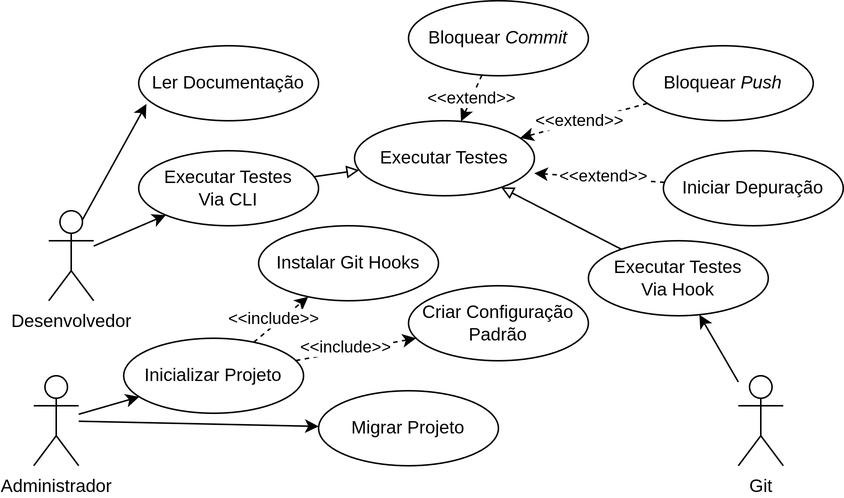
Earlier version of the draw.io export Artefatos/diagramas/casos_de_uso.png (h3nc4/tmp). Source tidied: cells renumbered, new cells last; positions are measured from the earlier drawing's top-left corner, leaving out a move shared by most shapes.
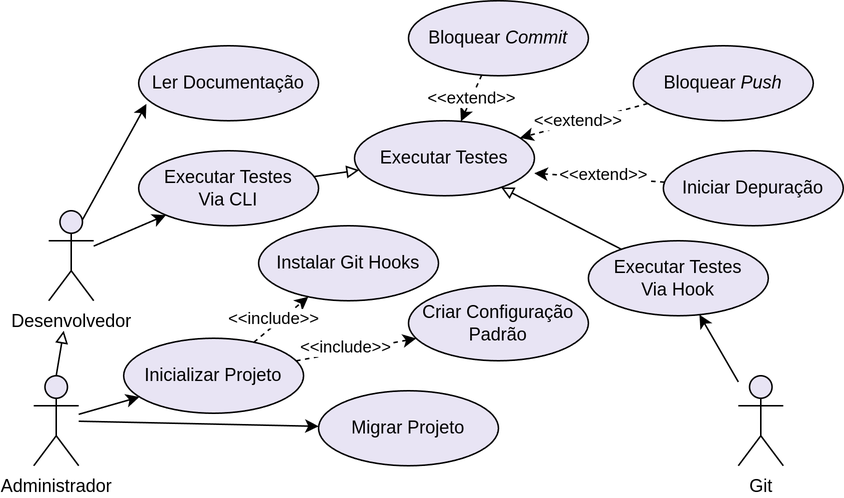
Later version of the same file.

What changed in the source:
```diff
@@ -5,22 +5,22 @@
     <mxCell id="2" style="rounded=0;jettySize=auto;html=1;" parent="1" edge="1" source="3" target="13">
       <mxGeometry relative="1" as="geometry" />
     </mxCell>
-    <mxCell id="3" value="Desenvolvedor" style="shape=umlActor;verticalLabelPosition=bottom;verticalAlign=top;html=1;outlineConnect=0;fillColor=light-dark(#FFFFFF,#E8E4F4);" parent="1" vertex="1">
+    <mxCell id="3" value="Desenvolvedor" style="shape=umlActor;verticalLabelPosition=bottom;verticalAlign=top;html=1;outlineConnect=0;fillColor=#E8E4F4;" parent="1" vertex="1">
       <mxGeometry x="10" y="140" width="30" height="60" as="geometry" />
     </mxCell>
     <mxCell id="4" style="rounded=0;jettySize=auto;html=1;" parent="1" edge="1" source="5" target="20">
       <mxGeometry relative="1" as="geometry" />
     </mxCell>
-    <mxCell id="5" value="Administrador" style="shape=umlActor;verticalLabelPosition=bottom;verticalAlign=top;html=1;outlineConnect=0;fillColor=light-dark(#FFFFFF,#E8E4F4);" parent="1" vertex="1">
+    <mxCell id="5" value="Administrador" style="shape=umlActor;verticalLabelPosition=bottom;verticalAlign=top;html=1;outlineConnect=0;fillColor=#E8E4F4;" parent="1" vertex="1">
       <mxGeometry y="250" width="30" height="60" as="geometry" />
     </mxCell>
     <mxCell id="6" style="rounded=0;jettySize=auto;html=1;" parent="1" edge="1" source="7" target="25">
       <mxGeometry relative="1" as="geometry" />
     </mxCell>
-    <mxCell id="7" value="Git" style="shape=umlActor;verticalLabelPosition=bottom;verticalAlign=top;html=1;outlineConnect=0;fillColor=light-dark(#FFFFFF,#E8E4F4);" parent="1" vertex="1">
+    <mxCell id="7" value="Git" style="shape=umlActor;verticalLabelPosition=bottom;verticalAlign=top;html=1;outlineConnect=0;fillColor=#E8E4F4;" parent="1" vertex="1">
       <mxGeometry x="470" y="250" width="30" height="60" as="geometry" />
     </mxCell>
-    <mxCell id="8" value="&lt;font style=&quot;color: light-dark(rgb(0, 0, 0), rgb(0, 0, 0));&quot;&gt;Ler Documentação&lt;/font&gt;" style="ellipse;whiteSpace=wrap;html=1;fillColor=light-dark(#FFFFFF,#E8E4F4);" parent="1" vertex="1">
+    <mxCell id="8" value="&lt;font style=&quot;color: light-dark(rgb(0, 0, 0), rgb(0, 0, 0));&quot;&gt;Ler Documentação&lt;/font&gt;" style="ellipse;whiteSpace=wrap;html=1;fillColor=#E8E4F4;" parent="1" vertex="1">
       <mxGeometry x="70" y="30" width="120" height="50" as="geometry" />
     </mxCell>
     <mxCell id="9" style="rounded=0;jettySize=auto;html=1;dashed=1;" parent="1" edge="1" source="11" target="14">
@@ -29,19 +29,19 @@
     <mxCell id="10" value="&amp;lt;&amp;lt;extend&amp;gt;&amp;gt;" style="edgeLabel;html=1;align=center;verticalAlign=middle;" parent="9" vertex="1">
       <mxGeometry x="-0.01" relative="1" as="geometry" />
     </mxCell>
-    <mxCell id="11" value="&lt;font style=&quot;color: light-dark(rgb(0, 0, 0), rgb(0, 0, 0));&quot;&gt;Bloquear &lt;i&gt;Commit&lt;/i&gt;&lt;/font&gt;" style="ellipse;whiteSpace=wrap;html=1;fillColor=light-dark(#FFFFFF,#E8E4F4);" parent="1" vertex="1">
+    <mxCell id="11" value="&lt;font style=&quot;color: light-dark(rgb(0, 0, 0), rgb(0, 0, 0));&quot;&gt;Bloquear &lt;i&gt;Commit&lt;/i&gt;&lt;/font&gt;" style="ellipse;whiteSpace=wrap;html=1;fillColor=#E8E4F4;" parent="1" vertex="1">
       <mxGeometry x="250" width="120" height="50" as="geometry" />
     </mxCell>
     <mxCell id="12" style="rounded=0;jettySize=auto;html=1;endArrow=block;endFill=0;" parent="1" edge="1" source="13" target="14">
       <mxGeometry relative="1" as="geometry" />
     </mxCell>
-    <mxCell id="13" value="&lt;font style=&quot;color: light-dark(rgb(0, 0, 0), rgb(0, 0, 0));&quot;&gt;Executar Testes&lt;/font&gt;&lt;div&gt;&lt;font style=&quot;color: light-dark(rgb(0, 0, 0), rgb(0, 0, 0));&quot;&gt;Via CLI&lt;/font&gt;&lt;/div&gt;" style="ellipse;whiteSpace=wrap;html=1;fillColor=light-dark(#FFFFFF,#E8E4F4);" parent="1" vertex="1">
+    <mxCell id="13" value="&lt;font style=&quot;color: light-dark(rgb(0, 0, 0), rgb(0, 0, 0));&quot;&gt;Executar Testes&lt;/font&gt;&lt;div&gt;&lt;font style=&quot;color: light-dark(rgb(0, 0, 0), rgb(0, 0, 0));&quot;&gt;Via CLI&lt;/font&gt;&lt;/div&gt;" style="ellipse;whiteSpace=wrap;html=1;fillColor=#E8E4F4;" parent="1" vertex="1">
       <mxGeometry x="70" y="100" width="120" height="50" as="geometry" />
     </mxCell>
-    <mxCell id="14" value="&lt;font style=&quot;color: light-dark(rgb(0, 0, 0), rgb(0, 0, 0));&quot;&gt;Executar Testes&lt;/font&gt;" style="ellipse;whiteSpace=wrap;html=1;fillColor=light-dark(#FFFFFF,#E8E4F4);" parent="1" vertex="1">
+    <mxCell id="14" value="&lt;font style=&quot;color: light-dark(rgb(0, 0, 0), rgb(0, 0, 0));&quot;&gt;Executar Testes&lt;/font&gt;" style="ellipse;whiteSpace=wrap;html=1;fillColor=#E8E4F4;" parent="1" vertex="1">
       <mxGeometry x="214" y="80" width="120" height="50" as="geometry" />
     </mxCell>
-    <mxCell id="15" value="&lt;font style=&quot;color: light-dark(rgb(0, 0, 0), rgb(0, 0, 0));&quot;&gt;Instalar Git Hooks&lt;/font&gt;" style="ellipse;whiteSpace=wrap;html=1;fillColor=light-dark(#FFFFFF,#E8E4F4);" parent="1" vertex="1">
+    <mxCell id="15" value="&lt;font style=&quot;color: light-dark(rgb(0, 0, 0), rgb(0, 0, 0));&quot;&gt;Instalar Git Hooks&lt;/font&gt;" style="ellipse;whiteSpace=wrap;html=1;fillColor=#E8E4F4;" parent="1" vertex="1">
       <mxGeometry x="150" y="150" width="120" height="50" as="geometry" />
     </mxCell>
     <mxCell id="16" style="rounded=0;jettySize=auto;html=1;dashed=1;" parent="1" edge="1" source="20" target="15">
@@ -56,7 +56,7 @@
     <mxCell id="19" value="&amp;lt;&amp;lt;include&amp;gt;&amp;gt;" style="edgeLabel;html=1;align=center;verticalAlign=middle;" parent="18" vertex="1">
       <mxGeometry x="-0.17" y="3" relative="1" as="geometry" />
     </mxCell>
-    <mxCell id="20" value="&lt;font style=&quot;color: light-dark(rgb(0, 0, 0), rgb(0, 0, 0));&quot;&gt;Inicializar Projeto&lt;/font&gt;" style="ellipse;whiteSpace=wrap;html=1;fillColor=light-dark(#FFFFFF,#E8E4F4);" parent="1" vertex="1">
+    <mxCell id="20" value="&lt;font style=&quot;color: light-dark(rgb(0, 0, 0), rgb(0, 0, 0));&quot;&gt;Inicializar Projeto&lt;/font&gt;" style="ellipse;whiteSpace=wrap;html=1;fillColor=#E8E4F4;" parent="1" vertex="1">
       <mxGeometry x="60" y="225" width="120" height="50" as="geometry" />
     </mxCell>
     <mxCell id="21" style="rounded=0;jettySize=auto;html=1;dashed=1;" parent="1" edge="1" source="23" target="14">
@@ -65,13 +65,13 @@
     <mxCell id="22" value="&amp;lt;&amp;lt;extend&amp;gt;&amp;gt;" style="edgeLabel;html=1;align=center;verticalAlign=middle;" parent="21" vertex="1">
       <mxGeometry x="0.09" y="-1" relative="1" as="geometry" />
     </mxCell>
-    <mxCell id="23" value="&lt;font style=&quot;color: light-dark(rgb(0, 0, 0), rgb(0, 0, 0));&quot;&gt;Bloquear &lt;i&gt;Push&lt;/i&gt;&lt;/font&gt;" style="ellipse;whiteSpace=wrap;html=1;fillColor=light-dark(#FFFFFF,#E8E4F4);" parent="1" vertex="1">
+    <mxCell id="23" value="&lt;font style=&quot;color: light-dark(rgb(0, 0, 0), rgb(0, 0, 0));&quot;&gt;Bloquear &lt;i&gt;Push&lt;/i&gt;&lt;/font&gt;" style="ellipse;whiteSpace=wrap;html=1;fillColor=#E8E4F4;" parent="1" vertex="1">
       <mxGeometry x="400" y="30" width="120" height="50" as="geometry" />
     </mxCell>
     <mxCell id="24" style="rounded=0;jettySize=auto;html=1;endArrow=block;endFill=0;" parent="1" edge="1" source="25" target="14">
       <mxGeometry relative="1" as="geometry" />
     </mxCell>
-    <mxCell id="25" value="&lt;font&gt;Executar Testes&lt;/font&gt;&lt;div&gt;&lt;font&gt;Via Hook&lt;/font&gt;&lt;/div&gt;" style="ellipse;whiteSpace=wrap;html=1;fillColor=light-dark(#FFFFFF,#E8E4F4);fontColor=light-dark(#000000,#000000);" parent="1" vertex="1">
+    <mxCell id="25" value="&lt;font&gt;Executar Testes&lt;/font&gt;&lt;div&gt;&lt;font&gt;Via Hook&lt;/font&gt;&lt;/div&gt;" style="ellipse;whiteSpace=wrap;html=1;fillColor=#E8E4F4;fontColor=light-dark(#000000,#000000);" parent="1" vertex="1">
       <mxGeometry x="370" y="160" width="120" height="50" as="geometry" />
     </mxCell>
     <mxCell id="26" style="rounded=0;jettySize=auto;html=1;entryX=0.999;entryY=0.7;entryDx=0;entryDy=0;dashed=1;entryPerimeter=0;" parent="1" edge="1" source="28" target="14">
@@ -80,13 +80,13 @@
     <mxCell id="27" value="&amp;lt;&amp;lt;extend&amp;gt;&amp;gt;" style="edgeLabel;html=1;align=center;verticalAlign=middle;" parent="26" vertex="1">
       <mxGeometry x="-0.06" y="-2" relative="1" as="geometry" />
     </mxCell>
-    <mxCell id="28" value="&lt;font&gt;Iniciar Depuração&lt;/font&gt;" style="ellipse;whiteSpace=wrap;html=1;fillColor=light-dark(#FFFFFF,#E8E4F4);fontColor=light-dark(#000000,#000000);" parent="1" vertex="1">
+    <mxCell id="28" value="&lt;font&gt;Iniciar Depuração&lt;/font&gt;" style="ellipse;whiteSpace=wrap;html=1;fillColor=#E8E4F4;fontColor=light-dark(#000000,#000000);" parent="1" vertex="1">
       <mxGeometry x="420" y="100" width="120" height="50" as="geometry" />
     </mxCell>
-    <mxCell id="29" value="&lt;font&gt;Criar Configuração&lt;/font&gt;&lt;div&gt;&lt;font&gt;Padrão&lt;/font&gt;&lt;/div&gt;" style="ellipse;whiteSpace=wrap;html=1;fillColor=light-dark(#FFFFFF,#E8E4F4);fontColor=light-dark(#000000,#000000);" parent="1" vertex="1">
+    <mxCell id="29" value="&lt;font&gt;Criar Configuração&lt;/font&gt;&lt;div&gt;&lt;font&gt;Padrão&lt;/font&gt;&lt;/div&gt;" style="ellipse;whiteSpace=wrap;html=1;fillColor=#E8E4F4;fontColor=light-dark(#000000,#000000);" parent="1" vertex="1">
       <mxGeometry x="250" y="190" width="120" height="50" as="geometry" />
     </mxCell>
-    <mxCell id="30" value="&lt;font style=&quot;color: light-dark(rgb(0, 0, 0), rgb(0, 0, 0));&quot;&gt;Migrar Projeto&lt;/font&gt;" style="ellipse;whiteSpace=wrap;html=1;fillColor=light-dark(#FFFFFF,#E8E4F4);" parent="1" vertex="1">
+    <mxCell id="30" value="&lt;font style=&quot;color: light-dark(rgb(0, 0, 0), rgb(0, 0, 0));&quot;&gt;Migrar Projeto&lt;/font&gt;" style="ellipse;whiteSpace=wrap;html=1;fillColor=#E8E4F4;" parent="1" vertex="1">
       <mxGeometry x="190" y="260" width="120" height="50" as="geometry" />
     </mxCell>
     <mxCell id="31" style="rounded=0;jettySize=auto;html=1;" parent="1" edge="1" source="5" target="30">
@@ -95,5 +95,10 @@
     <mxCell id="32" style="rounded=0;jettySize=auto;html=1;entryX=0.043;entryY=0.776;entryDx=0;entryDy=0;entryPerimeter=0;exitX=0.75;exitY=0.1;exitDx=0;exitDy=0;exitPerimeter=0;" parent="1" edge="1" source="3" target="8">
       <mxGeometry relative="1" as="geometry" />
     </mxCell>
+    <mxCell id="33" style="rounded=0;jettySize=auto;html=1;endArrow=block;endFill=0;exitX=0.5;exitY=0;exitDx=0;exitDy=0;exitPerimeter=0;" parent="1" edge="1" source="5">
+      <mxGeometry relative="1" as="geometry">
+        <mxPoint x="20" y="220" as="targetPoint" />
+      </mxGeometry>
+    </mxCell>
   </root>
 </mxGraphModel>
```
